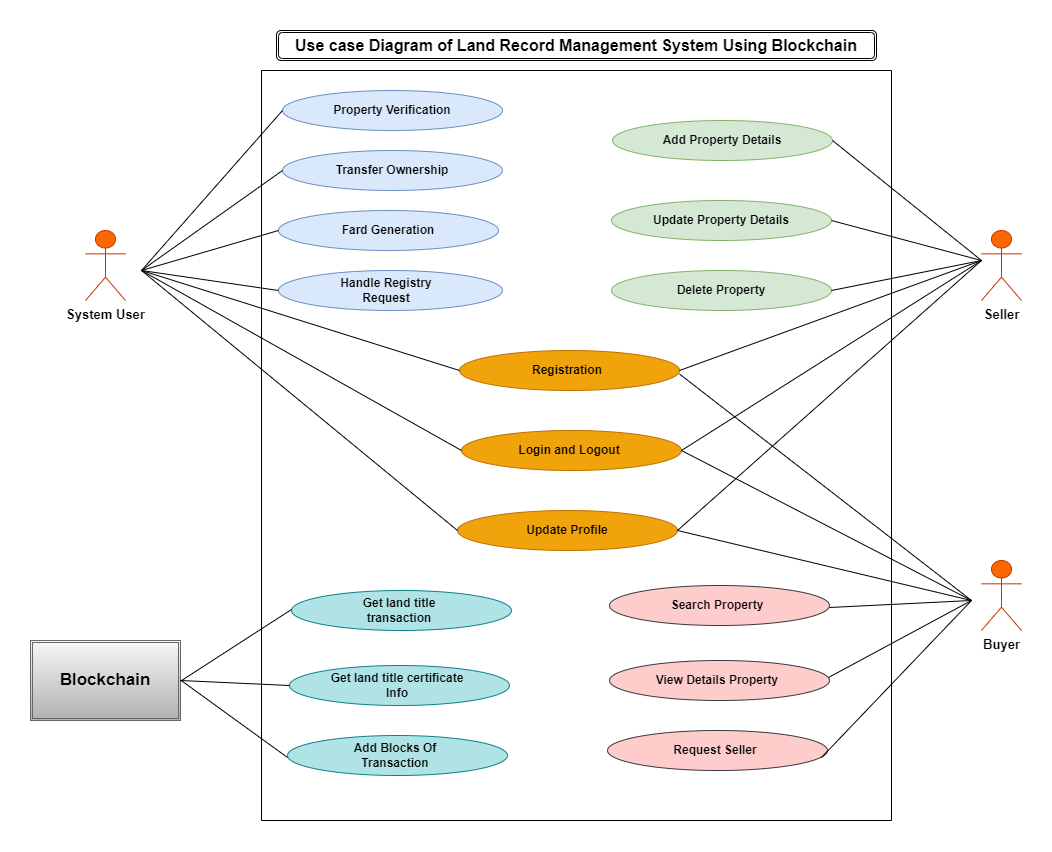
Before: Documentation/FYP Report/FYP Usecase Diagram.png, a diagram exported from draw.io (jawadahmed2/Transfer_Land_Using_Blockchain). Source tidied: cells renumbered, new cells last; positions are measured from the earlier drawing's top-left corner, leaving out a move shared by most shapes.
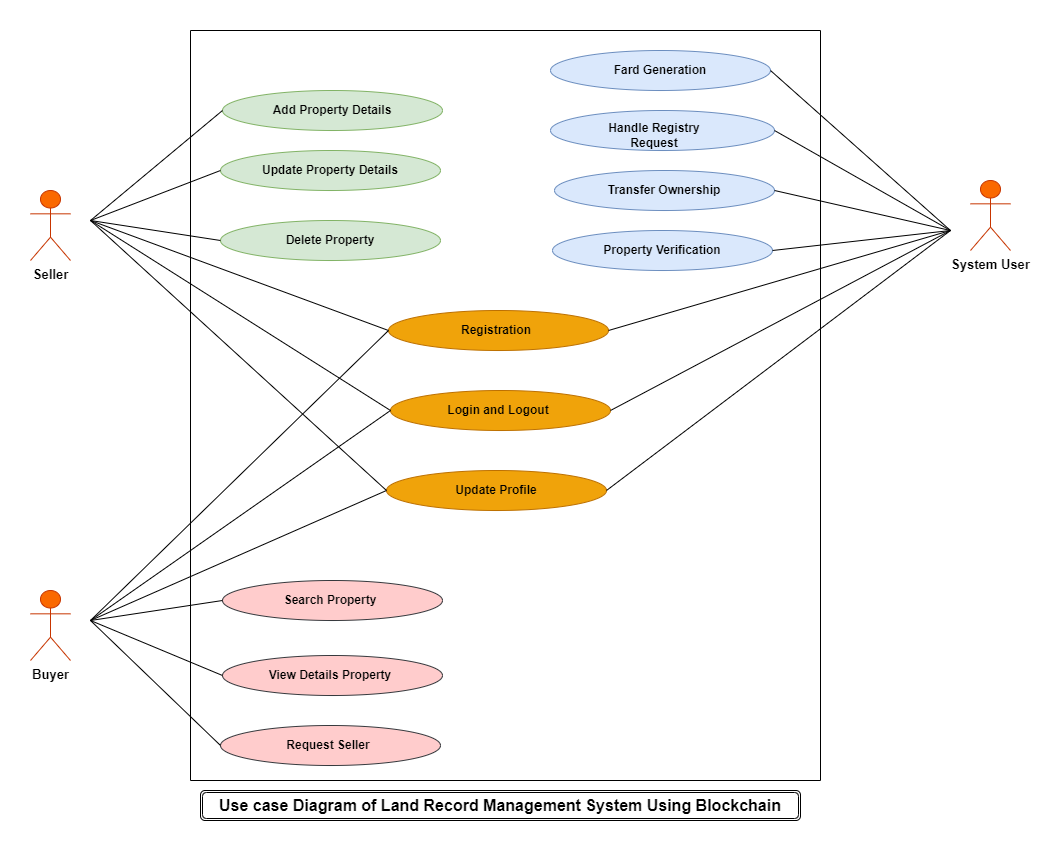
After the commit.

Change to the diagram source:
```diff
@@ -3,7 +3,7 @@
     <mxCell id="0" />
     <mxCell id="1" parent="0" />
     <mxCell id="2" value="&lt;font style=&quot;font-size: 13px;&quot;&gt;Buyer&lt;/font&gt;" style="shape=umlActor;verticalLabelPosition=bottom;verticalAlign=top;html=1;fontStyle=1;shadow=0;fillColor=#fa6800;fontColor=#000000;strokeColor=#C73500;" parent="1" vertex="1">
-      <mxGeometry x="951" y="530" width="40" height="70" as="geometry" />
+      <mxGeometry x="71" y="600" width="40" height="70" as="geometry" />
     </mxCell>
     <mxCell id="3" style="swimlane;startSize=0;" parent="1" vertex="1">
       <mxGeometry x="231" y="40" width="630" height="750" as="geometry" />
@@ -26,201 +26,155 @@
     <mxCell id="9" value="Update Profile" style="ellipse;whiteSpace=wrap;html=1;fontStyle=1;fillColor=#f0a30a;fontColor=#000000;strokeColor=#BD7000;" parent="3" vertex="1">
       <mxGeometry x="196" y="440" width="220" height="40" as="geometry" />
     </mxCell>
-    <mxCell id="10" value="Register Property" style="text;html=1;strokeColor=none;fillColor=none;align=center;verticalAlign=middle;whiteSpace=wrap;rounded=0;fontStyle=1;fontColor=default;labelBackgroundColor=none;labelBorderColor=none;" parent="3" vertex="1">
-      <mxGeometry x="387" y="55" width="142" height="30" as="geometry" />
-    </mxCell>
     <mxCell id="11" value="Add Property Details" style="ellipse;whiteSpace=wrap;html=1;fontStyle=1;labelBackgroundColor=none;labelBorderColor=none;fillColor=#d5e8d4;strokeColor=#82b366;" parent="3" vertex="1">
-      <mxGeometry x="351" y="50" width="220" height="40" as="geometry" />
+      <mxGeometry x="32" y="60" width="220" height="40" as="geometry" />
     </mxCell>
     <mxCell id="12" value="Update Property Details" style="ellipse;whiteSpace=wrap;html=1;fontStyle=1;labelBackgroundColor=none;labelBorderColor=none;fillColor=#d5e8d4;strokeColor=#82b366;" parent="3" vertex="1">
-      <mxGeometry x="350" y="130" width="220" height="40" as="geometry" />
+      <mxGeometry x="30" y="120" width="220" height="40" as="geometry" />
     </mxCell>
     <mxCell id="13" value="Delete Property" style="ellipse;whiteSpace=wrap;html=1;fontStyle=1;labelBackgroundColor=none;labelBorderColor=none;fillColor=#d5e8d4;strokeColor=#82b366;" parent="3" vertex="1">
-      <mxGeometry x="350" y="200" width="220" height="40" as="geometry" />
+      <mxGeometry x="30" y="190" width="220" height="40" as="geometry" />
     </mxCell>
     <mxCell id="14" style="ellipse;whiteSpace=wrap;html=1;fontStyle=1;fillColor=#ffcccc;strokeColor=#36393d;" parent="3" vertex="1">
-      <mxGeometry x="348" y="515" width="220" height="40" as="geometry" />
+      <mxGeometry x="32" y="550" width="220" height="40" as="geometry" />
     </mxCell>
     <mxCell id="15" value="Search Property" style="text;html=1;strokeColor=none;fillColor=none;align=center;verticalAlign=middle;whiteSpace=wrap;rounded=0;fontStyle=1;" parent="3" vertex="1">
-      <mxGeometry x="385" y="520" width="142" height="30" as="geometry" />
+      <mxGeometry x="69" y="555" width="142" height="30" as="geometry" />
     </mxCell>
     <mxCell id="16" style="ellipse;whiteSpace=wrap;html=1;fontStyle=1;fillColor=#ffcccc;strokeColor=#36393d;" parent="3" vertex="1">
-      <mxGeometry x="348" y="590" width="220" height="40" as="geometry" />
+      <mxGeometry x="32" y="625" width="220" height="40" as="geometry" />
     </mxCell>
     <mxCell id="17" value="View Details Property" style="text;html=1;strokeColor=none;fillColor=none;align=center;verticalAlign=middle;whiteSpace=wrap;rounded=0;fontStyle=1;" parent="3" vertex="1">
-      <mxGeometry x="385" y="595" width="142" height="30" as="geometry" />
+      <mxGeometry x="69" y="630" width="142" height="30" as="geometry" />
     </mxCell>
     <mxCell id="18" style="ellipse;whiteSpace=wrap;html=1;fontStyle=1;fillColor=#ffcccc;strokeColor=#36393d;" parent="3" vertex="1">
-      <mxGeometry x="346" y="660" width="220" height="40" as="geometry" />
+      <mxGeometry x="30" y="695" width="220" height="40" as="geometry" />
     </mxCell>
     <mxCell id="19" value="Request Seller" style="text;html=1;strokeColor=none;fillColor=none;align=center;verticalAlign=middle;whiteSpace=wrap;rounded=0;fontStyle=1;" parent="3" vertex="1">
-      <mxGeometry x="383" y="665" width="142" height="30" as="geometry" />
+      <mxGeometry x="67" y="700" width="142" height="30" as="geometry" />
     </mxCell>
     <mxCell id="20" value="Property Verification" style="ellipse;whiteSpace=wrap;html=1;fontStyle=1;fillColor=#dae8fc;strokeColor=#6c8ebf;" parent="3" vertex="1">
-      <mxGeometry x="21" y="20" width="220" height="40" as="geometry" />
+      <mxGeometry x="362" y="200" width="220" height="40" as="geometry" />
     </mxCell>
     <mxCell id="21" value="Fard Generation" style="ellipse;whiteSpace=wrap;html=1;fontStyle=1;fillColor=#dae8fc;strokeColor=#6c8ebf;" parent="3" vertex="1">
-      <mxGeometry x="17" y="140" width="220" height="40" as="geometry" />
+      <mxGeometry x="360" y="20" width="220" height="40" as="geometry" />
     </mxCell>
-    <mxCell id="22" style="ellipse;whiteSpace=wrap;html=1;fontStyle=1;fillColor=#b0e3e6;strokeColor=#0e8088;" parent="3" vertex="1">
-      <mxGeometry x="30" y="520" width="220" height="40" as="geometry" />
-    </mxCell>
-    <mxCell id="23" value="Get land title transaction" style="text;html=1;strokeColor=none;fillColor=none;align=center;verticalAlign=middle;whiteSpace=wrap;rounded=0;fontStyle=1;" parent="3" vertex="1">
-      <mxGeometry x="67" y="525" width="142" height="30" as="geometry" />
-    </mxCell>
-    <mxCell id="24" style="ellipse;whiteSpace=wrap;html=1;fontStyle=1;fillColor=#b0e3e6;strokeColor=#0e8088;" parent="3" vertex="1">
-      <mxGeometry x="28" y="595" width="220" height="40" as="geometry" />
-    </mxCell>
-    <mxCell id="25" value="Get land title certificate Info" style="text;html=1;strokeColor=none;fillColor=none;align=center;verticalAlign=middle;whiteSpace=wrap;rounded=0;fontStyle=1;" parent="3" vertex="1">
-      <mxGeometry x="65" y="600" width="142" height="30" as="geometry" />
-    </mxCell>
-    <mxCell id="26" style="ellipse;whiteSpace=wrap;html=1;fontStyle=1;fillColor=#b0e3e6;strokeColor=#0e8088;" parent="3" vertex="1">
-      <mxGeometry x="26" y="665" width="220" height="40" as="geometry" />
-    </mxCell>
-    <mxCell id="27" value="Add Blocks Of Transaction" style="text;html=1;strokeColor=none;fillColor=none;align=center;verticalAlign=middle;whiteSpace=wrap;rounded=0;fontStyle=1;" parent="3" vertex="1">
-      <mxGeometry x="63" y="670" width="142" height="30" as="geometry" />
-    </mxCell>
     <mxCell id="28" style="ellipse;whiteSpace=wrap;html=1;fontStyle=1;fillColor=#dae8fc;strokeColor=#6c8ebf;" parent="3" vertex="1">
-      <mxGeometry x="17" y="200" width="224" height="40" as="geometry" />
+      <mxGeometry x="360" y="80" width="224" height="40" as="geometry" />
     </mxCell>
     <mxCell id="29" value="Handle Registry Request" style="text;html=1;strokeColor=none;fillColor=none;align=center;verticalAlign=middle;whiteSpace=wrap;rounded=0;fontStyle=1;" parent="3" vertex="1">
-      <mxGeometry x="54" y="205" width="142" height="30" as="geometry" />
+      <mxGeometry x="393" y="90" width="142" height="30" as="geometry" />
     </mxCell>
     <mxCell id="30" style="endArrow=none;html=1;rounded=0;fontSize=13;fontColor=default;exitX=1;exitY=0.5;exitDx=0;exitDy=0;" parent="3" edge="1">
       <mxGeometry relative="1" as="geometry">
         <mxPoint x="418" y="300" as="sourcePoint" />
-        <mxPoint x="720" y="190" as="targetPoint" />
+        <mxPoint x="760" y="200" as="targetPoint" />
       </mxGeometry>
     </mxCell>
     <mxCell id="31" style="endArrow=none;html=1;rounded=0;fontSize=13;fontColor=default;exitX=1;exitY=0.5;exitDx=0;exitDy=0;" parent="3" edge="1">
       <mxGeometry relative="1" as="geometry">
         <mxPoint x="420" y="380" as="sourcePoint" />
-        <mxPoint x="720" y="190" as="targetPoint" />
+        <mxPoint x="760" y="200" as="targetPoint" />
       </mxGeometry>
     </mxCell>
     <mxCell id="32" style="endArrow=none;html=1;rounded=0;fontSize=13;fontColor=default;exitX=1;exitY=0.5;exitDx=0;exitDy=0;" parent="3" edge="1">
       <mxGeometry relative="1" as="geometry">
         <mxPoint x="416" y="460" as="sourcePoint" />
-        <mxPoint x="720" y="190" as="targetPoint" />
+        <mxPoint x="760" y="200" as="targetPoint" />
       </mxGeometry>
     </mxCell>
-    <mxCell id="33" style="endArrow=none;html=1;rounded=0;fontSize=13;fontColor=default;exitX=1;exitY=0.5;exitDx=0;exitDy=0;" parent="3" edge="1">
+    <mxCell id="33" style="endArrow=none;html=1;rounded=0;fontSize=13;fontColor=default;exitX=0;exitY=0.5;exitDx=0;exitDy=0;" parent="3" edge="1" source="4">
       <mxGeometry relative="1" as="geometry">
-        <mxPoint x="418" y="303.5" as="sourcePoint" />
-        <mxPoint x="710" y="530" as="targetPoint" />
+        <mxPoint x="-100" y="590" as="targetPoint" />
       </mxGeometry>
     </mxCell>
-    <mxCell id="34" style="endArrow=none;html=1;rounded=0;fontSize=13;fontColor=default;exitX=1;exitY=0.5;exitDx=0;exitDy=0;" parent="3" edge="1">
+    <mxCell id="34" style="endArrow=none;html=1;rounded=0;fontSize=13;fontColor=default;exitX=0;exitY=0.5;exitDx=0;exitDy=0;" parent="3" edge="1" source="6">
       <mxGeometry relative="1" as="geometry">
-        <mxPoint x="416" y="460" as="sourcePoint" />
-        <mxPoint x="710" y="530" as="targetPoint" />
+        <mxPoint x="-100" y="590" as="targetPoint" />
       </mxGeometry>
     </mxCell>
-    <mxCell id="35" style="endArrow=none;html=1;rounded=0;fontSize=13;fontColor=default;entryX=0;entryY=0.5;entryDx=0;entryDy=0;" parent="3" edge="1">
-      <mxGeometry relative="1" as="geometry">
-        <mxPoint x="-120" y="200" as="sourcePoint" />
-        <mxPoint x="200" y="380" as="targetPoint" />
-      </mxGeometry>
-    </mxCell>
-    <mxCell id="36" style="endArrow=none;html=1;rounded=0;fontSize=13;fontColor=default;entryX=0;entryY=0.5;entryDx=0;entryDy=0;" parent="3" edge="1">
-      <mxGeometry relative="1" as="geometry">
-        <mxPoint x="-120" y="200" as="sourcePoint" />
-        <mxPoint x="196" y="460" as="targetPoint" />
-      </mxGeometry>
-    </mxCell>
     <mxCell id="37" value="Transfer Ownership" style="ellipse;whiteSpace=wrap;html=1;fontStyle=1;fillColor=#dae8fc;strokeColor=#6c8ebf;" parent="3" vertex="1">
-      <mxGeometry x="21" y="80" width="220" height="40" as="geometry" />
+      <mxGeometry x="364" y="140" width="220" height="40" as="geometry" />
     </mxCell>
-    <mxCell id="38" style="endArrow=none;html=1;rounded=0;fontSize=13;fontColor=default;exitX=1;exitY=0.5;exitDx=0;exitDy=0;entryX=0;entryY=0.5;entryDx=0;entryDy=0;" parent="3" edge="1">
-      <mxGeometry relative="1" as="geometry">
-        <mxPoint x="-83" y="612" as="sourcePoint" />
-        <mxPoint x="30" y="539" as="targetPoint" />
-      </mxGeometry>
-    </mxCell>
+    <mxCell id="48" style="endArrow=none;html=1;rounded=0;fontSize=13;fontColor=default;entryX=0;entryY=0.5;entryDx=0;entryDy=0;" parent="3" edge="1" target="14">
+      <mxGeometry relative="1" as="geometry">
+        <mxPoint x="-100" y="590" as="sourcePoint" />
+      </mxGeometry>
+    </mxCell>
+    <mxCell id="57" style="endArrow=none;html=1;rounded=0;fontSize=13;fontColor=default;entryX=0;entryY=0.5;entryDx=0;entryDy=0;" parent="3" edge="1" target="18">
+      <mxGeometry relative="1" as="geometry">
+        <mxPoint x="-100" y="590" as="sourcePoint" />
+      </mxGeometry>
+    </mxCell>
     <mxCell id="39" value="&lt;font style=&quot;font-size: 13px;&quot;&gt;Seller&lt;/font&gt;" style="shape=umlActor;verticalLabelPosition=bottom;verticalAlign=top;html=1;fontStyle=1;shadow=0;fillColor=#fa6800;fontColor=#000000;strokeColor=#C73500;" parent="1" vertex="1">
-      <mxGeometry x="951" y="200" width="40" height="70" as="geometry" />
+      <mxGeometry x="71" y="200" width="40" height="70" as="geometry" />
     </mxCell>
     <mxCell id="40" value="&lt;b&gt;&lt;font style=&quot;font-size: 13px;&quot;&gt;System User&lt;/font&gt;&lt;/b&gt;" style="shape=umlActor;verticalLabelPosition=bottom;verticalAlign=top;html=1;fontStyle=0;shadow=0;fillColor=#fa6800;strokeColor=#C73500;fontColor=#000000;" parent="1" vertex="1">
-      <mxGeometry x="55" y="200" width="40" height="70" as="geometry" />
+      <mxGeometry x="1011" y="190" width="40" height="70" as="geometry" />
     </mxCell>
-    <mxCell id="41" value="&lt;b&gt;&lt;font style=&quot;font-size: 17px;&quot;&gt;Blockchain&lt;/font&gt;&lt;/b&gt;" style="shape=ext;double=1;rounded=0;whiteSpace=wrap;html=1;shadow=0;labelBackgroundColor=none;labelBorderColor=none;sketch=0;fillColor=#f5f5f5;gradientColor=#b3b3b3;strokeColor=#666666;" parent="1" vertex="1">
-      <mxGeometry y="610" width="150" height="80" as="geometry" />
-    </mxCell>
-    <mxCell id="42" style="endArrow=none;html=1;rounded=0;fontSize=13;fontColor=default;exitX=1;exitY=0.5;exitDx=0;exitDy=0;" parent="1" edge="1" source="11">
+    <mxCell id="42" style="endArrow=none;html=1;rounded=0;fontSize=13;fontColor=default;exitX=0;exitY=0.5;exitDx=0;exitDy=0;" parent="1" edge="1" source="11">
       <mxGeometry relative="1" as="geometry">
-        <mxPoint x="951" y="230" as="targetPoint" />
+        <mxPoint x="131" y="230" as="targetPoint" />
       </mxGeometry>
     </mxCell>
-    <mxCell id="43" style="endArrow=none;html=1;rounded=0;fontSize=13;fontColor=default;exitX=1;exitY=0.5;exitDx=0;exitDy=0;" parent="1" edge="1" source="12">
+    <mxCell id="43" style="endArrow=none;html=1;rounded=0;fontSize=13;fontColor=default;exitX=0;exitY=0.5;exitDx=0;exitDy=0;" parent="1" edge="1" source="12">
       <mxGeometry relative="1" as="geometry">
-        <mxPoint x="951" y="230" as="targetPoint" />
+        <mxPoint x="131" y="230" as="targetPoint" />
       </mxGeometry>
     </mxCell>
-    <mxCell id="44" style="endArrow=none;html=1;rounded=0;fontSize=13;fontColor=default;exitX=1;exitY=0.5;exitDx=0;exitDy=0;" parent="1" edge="1" source="13">
+    <mxCell id="44" style="endArrow=none;html=1;rounded=0;fontSize=13;fontColor=default;exitX=0;exitY=0.5;exitDx=0;exitDy=0;" parent="1" edge="1" source="13">
       <mxGeometry relative="1" as="geometry">
-        <mxPoint x="951" y="230" as="targetPoint" />
+        <mxPoint x="131" y="230" as="targetPoint" />
       </mxGeometry>
     </mxCell>
-    <mxCell id="45" style="endArrow=none;html=1;rounded=0;fontSize=13;fontColor=default;exitX=1;exitY=0.5;exitDx=0;exitDy=0;" parent="1" edge="1">
+    <mxCell id="45" style="endArrow=none;html=1;rounded=0;fontSize=13;fontColor=default;exitX=0;exitY=0.5;exitDx=0;exitDy=0;" parent="1" edge="1" source="6">
       <mxGeometry relative="1" as="geometry">
-        <mxPoint x="799" y="577" as="sourcePoint" />
-        <mxPoint x="941" y="570" as="targetPoint" />
+        <mxPoint x="131" y="230" as="targetPoint" />
       </mxGeometry>
     </mxCell>
-    <mxCell id="46" style="endArrow=none;html=1;rounded=0;fontSize=13;fontColor=default;exitX=1;exitY=0.5;exitDx=0;exitDy=0;" parent="1" edge="1">
+    <mxCell id="46" style="endArrow=none;html=1;rounded=0;fontSize=13;fontColor=default;exitX=0;exitY=0.5;exitDx=0;exitDy=0;" parent="1" edge="1" source="4">
       <mxGeometry relative="1" as="geometry">
-        <mxPoint x="798" y="647" as="sourcePoint" />
-        <mxPoint x="941" y="570" as="targetPoint" />
+        <mxPoint x="131" y="230" as="targetPoint" />
       </mxGeometry>
     </mxCell>
-    <mxCell id="47" style="endArrow=none;html=1;rounded=0;fontSize=13;fontColor=default;exitX=1;exitY=0.5;exitDx=0;exitDy=0;" parent="1" edge="1">
+    <mxCell id="47" style="endArrow=none;html=1;rounded=0;fontSize=13;fontColor=default;exitX=0;exitY=0.5;exitDx=0;exitDy=0;" parent="1" edge="1" source="9">
       <mxGeometry relative="1" as="geometry">
-        <mxPoint x="791" y="727" as="sourcePoint" />
-        <mxPoint x="941" y="570" as="targetPoint" />
+        <mxPoint x="131" y="630" as="targetPoint" />
       </mxGeometry>
     </mxCell>
-    <mxCell id="48" style="endArrow=none;html=1;rounded=0;fontSize=13;fontColor=default;exitX=1;exitY=0.5;exitDx=0;exitDy=0;" parent="1" edge="1" source="6">
-      <mxGeometry relative="1" as="geometry">
-        <mxPoint x="941" y="570" as="targetPoint" />
-      </mxGeometry>
-    </mxCell>
-    <mxCell id="49" style="endArrow=none;html=1;rounded=0;fontSize=13;fontColor=default;exitX=1;exitY=0.5;exitDx=0;exitDy=0;entryX=0;entryY=0.5;entryDx=0;entryDy=0;" parent="1" edge="1" target="20">
-      <mxGeometry relative="1" as="geometry">
-        <mxPoint x="111" y="240" as="sourcePoint" />
-      </mxGeometry>
-    </mxCell>
-    <mxCell id="50" style="endArrow=none;html=1;rounded=0;fontSize=13;fontColor=default;entryX=0;entryY=0.5;entryDx=0;entryDy=0;" parent="1" edge="1" target="21">
-      <mxGeometry relative="1" as="geometry">
-        <mxPoint x="111" y="240" as="sourcePoint" />
-      </mxGeometry>
-    </mxCell>
-    <mxCell id="51" style="endArrow=none;html=1;rounded=0;fontSize=13;fontColor=default;entryX=0;entryY=0.5;entryDx=0;entryDy=0;" parent="1" edge="1">
-      <mxGeometry relative="1" as="geometry">
-        <mxPoint x="111" y="240" as="sourcePoint" />
-        <mxPoint x="248" y="260" as="targetPoint" />
-      </mxGeometry>
-    </mxCell>
-    <mxCell id="52" style="endArrow=none;html=1;rounded=0;fontSize=13;fontColor=default;entryX=0;entryY=0.5;entryDx=0;entryDy=0;" parent="1" edge="1" target="4">
-      <mxGeometry relative="1" as="geometry">
-        <mxPoint x="111" y="240" as="sourcePoint" />
-      </mxGeometry>
-    </mxCell>
-    <mxCell id="53" style="endArrow=none;html=1;rounded=0;fontSize=13;fontColor=default;entryX=0;entryY=0.5;entryDx=0;entryDy=0;" parent="1" edge="1" target="37">
-      <mxGeometry relative="1" as="geometry">
-        <mxPoint x="111" y="240" as="sourcePoint" />
-      </mxGeometry>
-    </mxCell>
-    <mxCell id="54" style="endArrow=none;html=1;rounded=0;fontSize=13;fontColor=default;entryX=0;entryY=0.5;entryDx=0;entryDy=0;exitX=1;exitY=0.5;exitDx=0;exitDy=0;" parent="1" edge="1" source="41" target="24">
-      <mxGeometry relative="1" as="geometry" />
-    </mxCell>
-    <mxCell id="55" style="endArrow=none;html=1;rounded=0;fontSize=13;fontColor=default;exitX=1;exitY=0.5;exitDx=0;exitDy=0;entryX=0;entryY=0.5;entryDx=0;entryDy=0;" parent="1" edge="1">
-      <mxGeometry relative="1" as="geometry">
-        <mxPoint x="150" y="649.5" as="sourcePoint" />
-        <mxPoint x="257" y="727" as="targetPoint" />
-      </mxGeometry>
-    </mxCell>
+    <mxCell id="58" style="endArrow=none;html=1;rounded=0;fontSize=13;fontColor=default;exitX=1;exitY=0.5;exitDx=0;exitDy=0;" parent="1" edge="1">
+      <mxGeometry relative="1" as="geometry">
+        <mxPoint x="811" y="80" as="sourcePoint" />
+        <mxPoint x="991" y="240" as="targetPoint" />
+      </mxGeometry>
+    </mxCell>
+    <mxCell id="59" style="endArrow=none;html=1;rounded=0;fontSize=13;fontColor=default;exitX=1;exitY=0.5;exitDx=0;exitDy=0;" parent="1" edge="1" source="28">
+      <mxGeometry relative="1" as="geometry">
+        <mxPoint x="991" y="240" as="targetPoint" />
+      </mxGeometry>
+    </mxCell>
+    <mxCell id="60" style="endArrow=none;html=1;rounded=0;fontSize=13;fontColor=default;exitX=1;exitY=0.5;exitDx=0;exitDy=0;" parent="1" edge="1" source="37">
+      <mxGeometry relative="1" as="geometry">
+        <mxPoint x="991" y="240" as="targetPoint" />
+      </mxGeometry>
+    </mxCell>
+    <mxCell id="61" style="endArrow=none;html=1;rounded=0;fontSize=13;fontColor=default;exitX=1;exitY=0.5;exitDx=0;exitDy=0;" parent="1" edge="1" source="20">
+      <mxGeometry relative="1" as="geometry">
+        <mxPoint x="991" y="240" as="targetPoint" />
+      </mxGeometry>
+    </mxCell>
+    <mxCell id="62" style="endArrow=none;html=1;rounded=0;fontSize=13;fontColor=default;entryX=0;entryY=0.5;entryDx=0;entryDy=0;" parent="1" edge="1" target="16">
+      <mxGeometry relative="1" as="geometry">
+        <mxPoint x="131" y="630" as="sourcePoint" />
+      </mxGeometry>
+    </mxCell>
+    <mxCell id="63" style="endArrow=none;html=1;rounded=0;fontSize=13;fontColor=default;exitX=0;exitY=0.5;exitDx=0;exitDy=0;" parent="1" edge="1" source="9">
+      <mxGeometry relative="1" as="geometry">
+        <mxPoint x="131" y="230" as="targetPoint" />
+      </mxGeometry>
+    </mxCell>
     <mxCell id="56" value="&lt;font style=&quot;font-size: 16px;&quot;&gt;&lt;b&gt;Use case Diagram of Land Record Management System Using Blockchain&lt;/b&gt;&lt;/font&gt;" style="shape=ext;double=1;rounded=1;whiteSpace=wrap;html=1;shadow=0;labelBackgroundColor=none;labelBorderColor=none;sketch=0;fontSize=13;fontColor=default;" parent="1" vertex="1">
-      <mxGeometry x="246" width="600" height="30" as="geometry" />
+      <mxGeometry x="241" y="800" width="600" height="30" as="geometry" />
     </mxCell>
   </root>
 </mxGraphModel>
```
